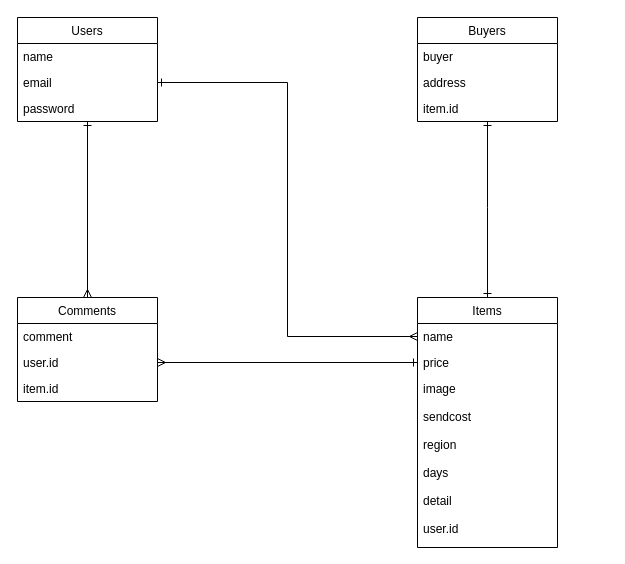
The draw.io diagram app/ER.dio in u-kaji/furima-36215, before the edit. Source tidied: cells renumbered, new cells numbered last; positions are measured from the earlier drawing's top-left corner, leaving out a move shared by most shapes. Both pictures are drawn from the tidied source at 100%, with x=0, y=0 at pixel (17, 17).
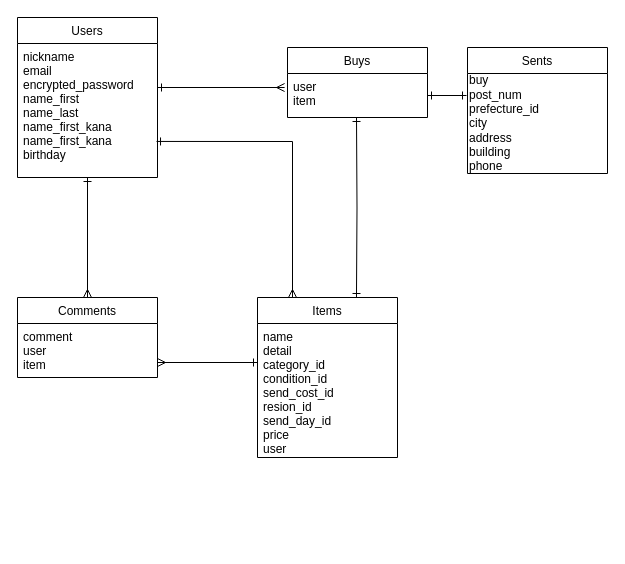
The same page after the edit.

Commit message (it also covers changes not shown here):
指摘箇所修正３

What changed in the source:
```diff
@@
     <mxCell id="3" value="Users" style="swimlane;fontStyle=0;horizontal=1;startSize=26;" parent="1" vertex="1">
-      <mxGeometry width="140" height="104" as="geometry" />
+      <mxGeometry width="140" height="160" as="geometry" />
     </mxCell>
-    <mxCell id="4" value="name" style="text;strokeColor=none;fillColor=none;align=left;verticalAlign=top;spacingLeft=4;spacingRight=4;overflow=hidden;points=[[0,0.5],[1,0.5]];portConstraint=eastwest;" parent="3" vertex="1">
-      <mxGeometry y="26" width="140" height="26" as="geometry" />
+    <mxCell id="4" value="nickname&#10;email&#10;encrypted_password&#10;name_first&#10;name_last&#10;name_first_kana&#10;name_first_kana&#10;birthday&#10;" style="text;strokeColor=none;fillColor=none;align=left;verticalAlign=top;spacingLeft=4;spacingRight=4;overflow=hidden;points=[[0,0.5],[1,0.5]];portConstraint=eastwest;" parent="3" vertex="1">
+      <mxGeometry y="26" width="140" height="134" as="geometry" />
     </mxCell>
-    <mxCell id="5" value="email" style="text;strokeColor=none;fillColor=none;align=left;verticalAlign=top;spacingLeft=4;spacingRight=4;overflow=hidden;points=[[0,0.5],[1,0.5]];portConstraint=eastwest;" parent="3" vertex="1">
-      <mxGeometry y="52" width="140" height="26" as="geometry" />
-    </mxCell>
-    <mxCell id="6" value="password" style="text;strokeColor=none;fillColor=none;align=left;verticalAlign=top;spacingLeft=4;spacingRight=4;overflow=hidden;" parent="3" vertex="1">
-      <mxGeometry y="78" width="140" height="26" as="geometry" />
-    </mxCell>
     <mxCell id="7" value="Comments" style="swimlane;fontStyle=0;horizontal=1;startSize=26;" parent="1" vertex="1">
-      <mxGeometry y="280" width="140" height="104" as="geometry" />
+      <mxGeometry y="280" width="140" height="80" as="geometry" />
     </mxCell>
-    <mxCell id="8" value="comment" style="text;strokeColor=none;fillColor=none;align=left;verticalAlign=top;spacingLeft=4;spacingRight=4;overflow=hidden;" parent="7" vertex="1">
-      <mxGeometry y="26" width="140" height="26" as="geometry" />
+    <mxCell id="8" value="comment&#10;user&#10;item" style="text;strokeColor=none;fillColor=none;align=left;verticalAlign=top;spacingLeft=4;spacingRight=4;overflow=hidden;" parent="7" vertex="1">
+      <mxGeometry y="26" width="140" height="54" as="geometry" />
     </mxCell>
-    <mxCell id="9" value="user.id" style="text;strokeColor=none;fillColor=none;align=left;verticalAlign=top;spacingLeft=4;spacingRight=4;overflow=hidden;points=[[0,0.5],[1,0.5]];portConstraint=eastwest;" parent="7" vertex="1">
-      <mxGeometry y="52" width="140" height="26" as="geometry" />
-    </mxCell>
-    <mxCell id="10" value="item.id" style="text;strokeColor=none;fillColor=none;align=left;verticalAlign=top;spacingLeft=4;spacingRight=4;overflow=hidden;" parent="7" vertex="1">
-      <mxGeometry y="78" width="140" height="26" as="geometry" />
-    </mxCell>
-    <mxCell id="11" value="Buyers" style="swimlane;fontStyle=0;horizontal=1;startSize=26;" parent="1" vertex="1">
-      <mxGeometry x="400" width="140" height="104" as="geometry" />
+    <mxCell id="11" value="Buys" style="swimlane;fontStyle=0;horizontal=1;startSize=26;" parent="1" vertex="1">
+      <mxGeometry x="270" y="30" width="140" height="70" as="geometry" />
     </mxCell>
-    <mxCell id="12" value="buyer" style="text;strokeColor=none;fillColor=none;align=left;verticalAlign=top;spacingLeft=4;spacingRight=4;overflow=hidden;" parent="11" vertex="1">
-      <mxGeometry y="26" width="140" height="26" as="geometry" />
+    <mxCell id="12" value="user&#10;item" style="text;strokeColor=none;fillColor=none;align=left;verticalAlign=top;spacingLeft=4;spacingRight=4;overflow=hidden;" parent="11" vertex="1">
+      <mxGeometry y="26" width="140" height="44" as="geometry" />
     </mxCell>
-    <mxCell id="13" value="address" style="text;strokeColor=none;fillColor=none;align=left;verticalAlign=top;spacingLeft=4;spacingRight=4;overflow=hidden;" parent="11" vertex="1">
-      <mxGeometry y="52" width="140" height="26" as="geometry" />
-    </mxCell>
-    <mxCell id="14" value="item.id" style="text;strokeColor=none;fillColor=none;align=left;verticalAlign=top;spacingLeft=4;spacingRight=4;overflow=hidden;points=[[0,0.5],[1,0.5]];portConstraint=eastwest;" parent="11" vertex="1">
-      <mxGeometry y="78" width="140" height="26" as="geometry" />
-    </mxCell>
-    <mxCell id="15" style="edgeStyle=orthogonalEdgeStyle;rounded=0;jettySize=auto;html=1;endArrow=ERone;endFill=0;startArrow=ERone;startFill=0;" parent="1" edge="1" source="16" target="14">
-      <mxGeometry relative="1" as="geometry">
-        <Array as="points">
-          <mxPoint x="470" y="190" />
-          <mxPoint x="470" y="190" />
-        </Array>
-      </mxGeometry>
-    </mxCell>
     <mxCell id="16" value="Items" style="swimlane;fontStyle=0;horizontal=1;startSize=26;" parent="1" vertex="1">
-      <mxGeometry x="400" y="280" width="140" height="250" as="geometry" />
+      <mxGeometry x="240" y="280" width="140" height="160" as="geometry" />
     </mxCell>
-    <mxCell id="17" value="name" style="text;strokeColor=none;fillColor=none;align=left;verticalAlign=top;spacingLeft=4;spacingRight=4;overflow=hidden;points=[[0,0.5],[1,0.5]];portConstraint=eastwest;" parent="16" vertex="1">
-      <mxGeometry y="26" width="140" height="26" as="geometry" />
+    <mxCell id="17" value="name&#10;detail&#10;category_id&#10;condition_id&#10;send_cost_id&#10;resion_id&#10;send_day_id&#10;price&#10;user" style="text;strokeColor=none;fillColor=none;align=left;verticalAlign=top;spacingLeft=4;spacingRight=4;overflow=hidden;points=[[0,0.5],[1,0.5]];portConstraint=eastwest;" parent="16" vertex="1">
+      <mxGeometry y="26" width="140" height="134" as="geometry" />
     </mxCell>
-    <mxCell id="18" value="price" style="text;strokeColor=none;fillColor=none;align=left;verticalAlign=top;spacingLeft=4;spacingRight=4;overflow=hidden;points=[[0,0.5],[1,0.5]];portConstraint=eastwest;" parent="16" vertex="1">
-      <mxGeometry y="52" width="140" height="26" as="geometry" />
-    </mxCell>
-    <mxCell id="19" value="image&#10;&#10;sendcost&#10;&#10;region&#10;&#10;days&#10;&#10;detail&#10;&#10;user.id" style="text;strokeColor=none;fillColor=none;align=left;verticalAlign=top;spacingLeft=4;spacingRight=4;overflow=hidden;" parent="16" vertex="1">
-      <mxGeometry y="78" width="140" height="172" as="geometry" />
-    </mxCell>
-    <mxCell id="20" style="edgeStyle=orthogonalEdgeStyle;rounded=0;jettySize=auto;html=1;exitX=0;exitY=0.5;exitDx=0;exitDy=0;entryX=1;entryY=0.5;entryDx=0;entryDy=0;endArrow=ERmany;endFill=0;startArrow=ERone;startFill=0;" parent="1" edge="1" source="18" target="9">
-      <mxGeometry relative="1" as="geometry" />
+    <mxCell id="20" style="edgeStyle=orthogonalEdgeStyle;rounded=0;orthogonalLoop=1;jettySize=auto;html=1;exitX=0;exitY=0.5;exitDx=0;exitDy=0;entryX=1;entryY=0.5;entryDx=0;entryDy=0;endArrow=ERmany;endFill=0;startArrow=ERone;startFill=0;" parent="1" edge="1">
+      <mxGeometry relative="1" as="geometry">
+        <mxPoint x="240" y="345" as="sourcePoint" />
+        <mxPoint x="140" y="345" as="targetPoint" />
+      </mxGeometry>
     </mxCell>
-    <mxCell id="21" style="edgeStyle=orthogonalEdgeStyle;rounded=0;jettySize=auto;html=1;entryX=0;entryY=0.5;entryDx=0;entryDy=0;endArrow=ERmany;endFill=0;startArrow=ERone;startFill=0;" parent="1" edge="1" source="5" target="17">
-      <mxGeometry relative="1" as="geometry" />
+    <mxCell id="21" style="edgeStyle=orthogonalEdgeStyle;rounded=0;jettySize=auto;html=1;endArrow=ERmany;endFill=0;startArrow=ERone;startFill=0;exitX=0.993;exitY=0.731;exitDx=0;exitDy=0;exitPerimeter=0;entryX=0.25;entryY=0;entryDx=0;entryDy=0;" parent="1" edge="1" source="4" target="16">
+      <mxGeometry relative="1" as="geometry">
+        <Array as="points">
+          <mxPoint x="275" y="124" />
+        </Array>
+      </mxGeometry>
     </mxCell>
+    <mxCell id="22" style="edgeStyle=orthogonalEdgeStyle;rounded=0;jettySize=auto;html=1;entryX=0.707;entryY=0;entryDx=0;entryDy=0;endArrow=ERone;endFill=0;startArrow=ERone;startFill=0;entryPerimeter=0;" parent="1" edge="1" target="16">
+      <mxGeometry relative="1" as="geometry">
+        <mxPoint x="339" y="100" as="sourcePoint" />
+      </mxGeometry>
+    </mxCell>
+    <mxCell id="23" style="edgeStyle=orthogonalEdgeStyle;rounded=0;orthogonalLoop=1;jettySize=auto;html=1;entryX=1;entryY=0.5;entryDx=0;entryDy=0;endArrow=ERone;endFill=0;startArrow=ERmany;startFill=0;exitX=-0.021;exitY=0.769;exitDx=0;exitDy=0;exitPerimeter=0;" parent="1" edge="1">
+      <mxGeometry relative="1" as="geometry">
+        <mxPoint x="267.1" y="70" as="sourcePoint" />
+        <mxPoint x="140" y="70" as="targetPoint" />
+      </mxGeometry>
+    </mxCell>
+    <mxCell id="24" value="Sents" style="swimlane;fontStyle=0;horizontal=1;startSize=26;" parent="1" vertex="1">
+      <mxGeometry x="450" y="30" width="140" height="126" as="geometry" />
+    </mxCell>
+    <mxCell id="25" style="edgeStyle=orthogonalEdgeStyle;rounded=0;jettySize=auto;html=1;entryX=1;entryY=0.5;entryDx=0;entryDy=0;endArrow=ERone;endFill=0;startArrow=ERone;startFill=0;exitX=-0.007;exitY=0.22;exitDx=0;exitDy=0;exitPerimeter=0;" parent="24" edge="1" source="26">
+      <mxGeometry relative="1" as="geometry">
+        <mxPoint x="-40" y="47.5" as="targetPoint" />
+      </mxGeometry>
+    </mxCell>
+    <mxCell id="26" value="&lt;div&gt;&lt;span&gt;buy&lt;/span&gt;&lt;/div&gt;&lt;span&gt;post_num&lt;/span&gt;&lt;br style=&quot;padding: 0px ; margin: 0px&quot;&gt;&lt;span&gt;prefecture_id&lt;/span&gt;&lt;br style=&quot;padding: 0px ; margin: 0px&quot;&gt;&lt;div&gt;&lt;span&gt;city&lt;/span&gt;&lt;/div&gt;&lt;span&gt;&lt;div&gt;&lt;span&gt;address&lt;/span&gt;&lt;/div&gt;&lt;/span&gt;&lt;span&gt;building&lt;/span&gt;&lt;br style=&quot;padding: 0px ; margin: 0px&quot;&gt;&lt;span&gt;phone&lt;/span&gt;" style="text;html=1;align=left;verticalAlign=middle;points=[];strokeColor=none;" parent="24" vertex="1">
+      <mxGeometry y="26" width="140" height="100" as="geometry" />
+    </mxCell>
```
